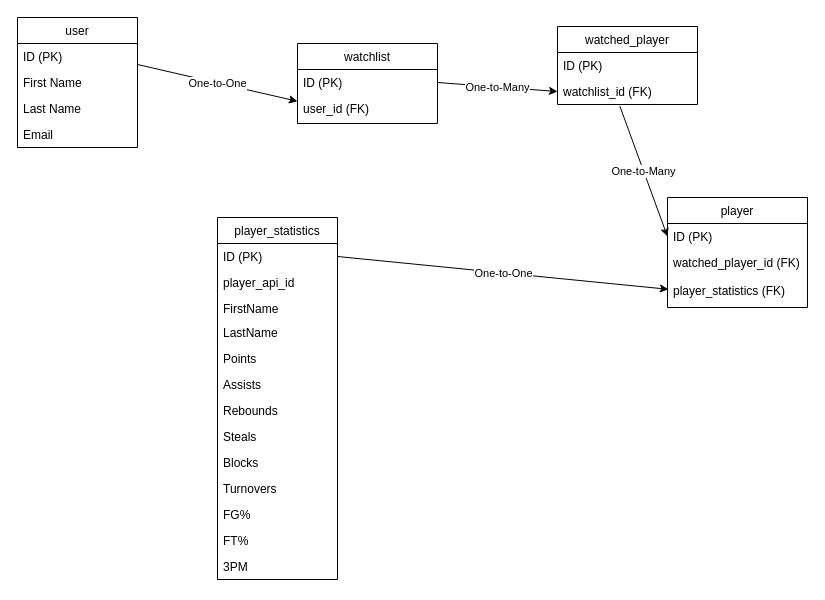
Earlier version of the draw.io diagram planning_directory/basketball_labs_ERD.drawio (danielAwale/basketball-labs). Source tidied: cells renumbered, new cells numbered last; positions are measured from the earlier drawing's top-left corner, leaving out a move shared by most shapes. Both pictures are drawn from the tidied source at 100%, with x=0, y=0 at pixel (17, 17).
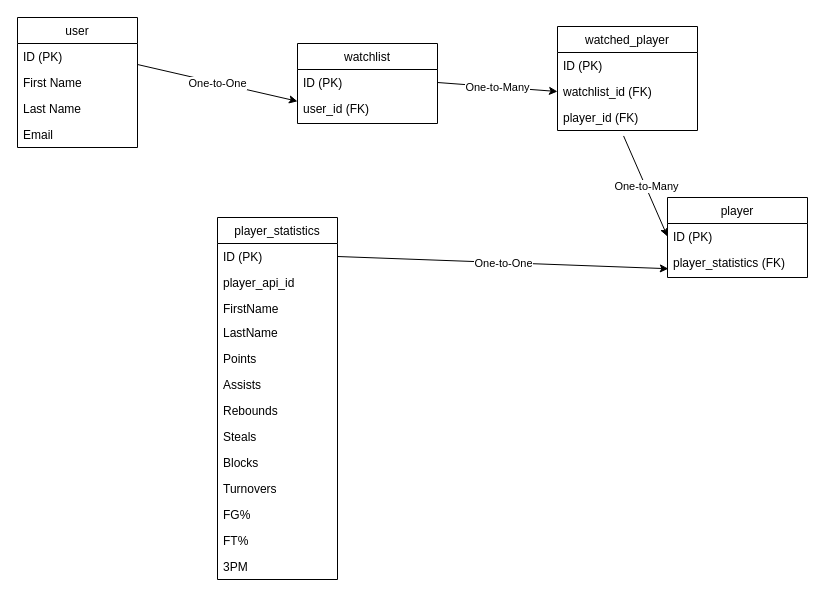
The same page after the edit.

Unchanged cells that the change refers to:
```xml
<mxCell id="12" value="watchlist_id (FK)" style="text;strokeColor=none;fillColor=none;align=left;verticalAlign=top;spacingLeft=4;spacingRight=4;overflow=hidden;points=[[0,0.5],[1,0.5]];portConstraint=eastwest;" parent="10" vertex="1">
  <mxGeometry y="52" width="140" height="26" as="geometry" />
</mxCell>
<mxCell id="30" value="ID (PK)   " style="text;strokeColor=none;fillColor=none;align=left;verticalAlign=top;spacingLeft=4;spacingRight=4;overflow=hidden;points=[[0,0.5],[1,0.5]];portConstraint=eastwest;" parent="29" vertex="1">
  <mxGeometry y="26" width="140" height="26" as="geometry" />
</mxCell>
```

What changed in the source:
```diff
@@
     <mxCell id="10" value="watched_player" style="swimlane;fontStyle=0;horizontal=1;startSize=26;fillColor=none;" parent="1" vertex="1">
-      <mxGeometry x="540" y="9" width="140" height="78" as="geometry" />
+      <mxGeometry x="540" y="9" width="140" height="104" as="geometry" />
     </mxCell>
@@
+    <mxCell id="38" value="player_id (FK)" style="text;strokeColor=none;fillColor=none;align=left;verticalAlign=top;spacingLeft=4;spacingRight=4;overflow=hidden;points=[[0,0.5],[1,0.5]];portConstraint=eastwest;" parent="10" vertex="1">
+      <mxGeometry y="78" width="140" height="26" as="geometry" />
+    </mxCell>
@@
     <mxCell id="29" value="player" style="swimlane;fontStyle=0;horizontal=1;startSize=26;fillColor=none;" parent="1" vertex="1">
-      <mxGeometry x="650" y="180" width="140" height="110" as="geometry" />
+      <mxGeometry x="650" y="180" width="140" height="80" as="geometry" />
     </mxCell>
@@
-    <mxCell id="31" value="watched_player_id (FK)&#10;&#10;player_statistics (FK)" style="text;strokeColor=none;fillColor=none;align=left;verticalAlign=top;spacingLeft=4;spacingRight=4;overflow=hidden;points=[[0,0.5],[1,0.5]];portConstraint=eastwest;" parent="29" vertex="1">
-      <mxGeometry y="52" width="140" height="58" as="geometry" />
+    <mxCell id="31" value="player_statistics (FK)" style="text;strokeColor=none;fillColor=none;align=left;verticalAlign=top;spacingLeft=4;spacingRight=4;overflow=hidden;points=[[0,0.5],[1,0.5]];portConstraint=eastwest;" parent="29" vertex="1">
+      <mxGeometry y="52" width="140" height="28" as="geometry" />
     </mxCell>
@@
-    <mxCell id="36" style="endArrow=classic;html=1;rounded=0;entryX=0;entryY=0.5;entryDx=0;entryDy=0;exitX=0.445;exitY=1.057;exitDx=0;exitDy=0;exitPerimeter=0;" parent="1" edge="1" source="12" target="30">
+    <mxCell id="36" style="endArrow=classic;html=1;rounded=0;entryX=0;entryY=0.5;entryDx=0;entryDy=0;exitX=0.472;exitY=1.21;exitDx=0;exitDy=0;exitPerimeter=0;" parent="1" edge="1" source="38" target="30">
       <mxGeometry relative="1" as="geometry" />
     </mxCell>
```
